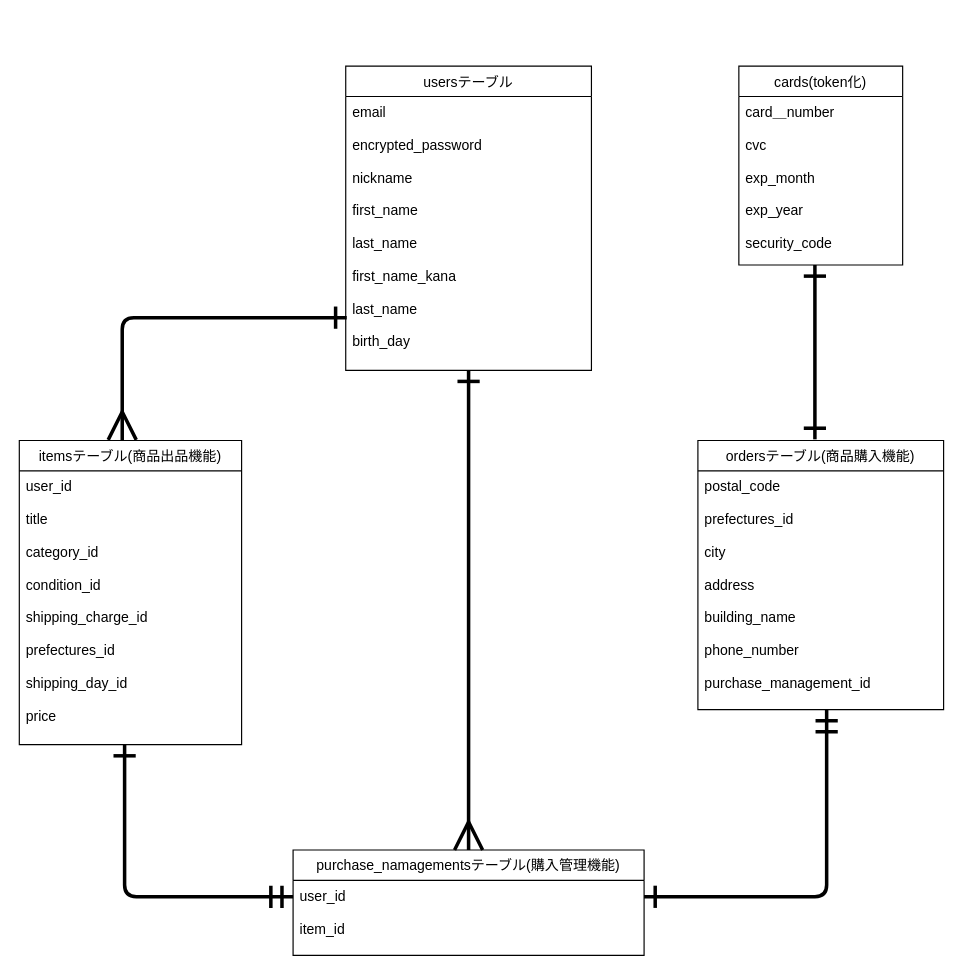
Earlier version of the draw.io diagram furima.dio (natsumeryuichi/furima-36355). Source tidied: cells renumbered, new cells numbered last; positions are measured from the earlier drawing's top-left corner, leaving out a move shared by most shapes. Both pictures are drawn from the tidied source at 117%, with x=0, y=0 at pixel (19, 66).
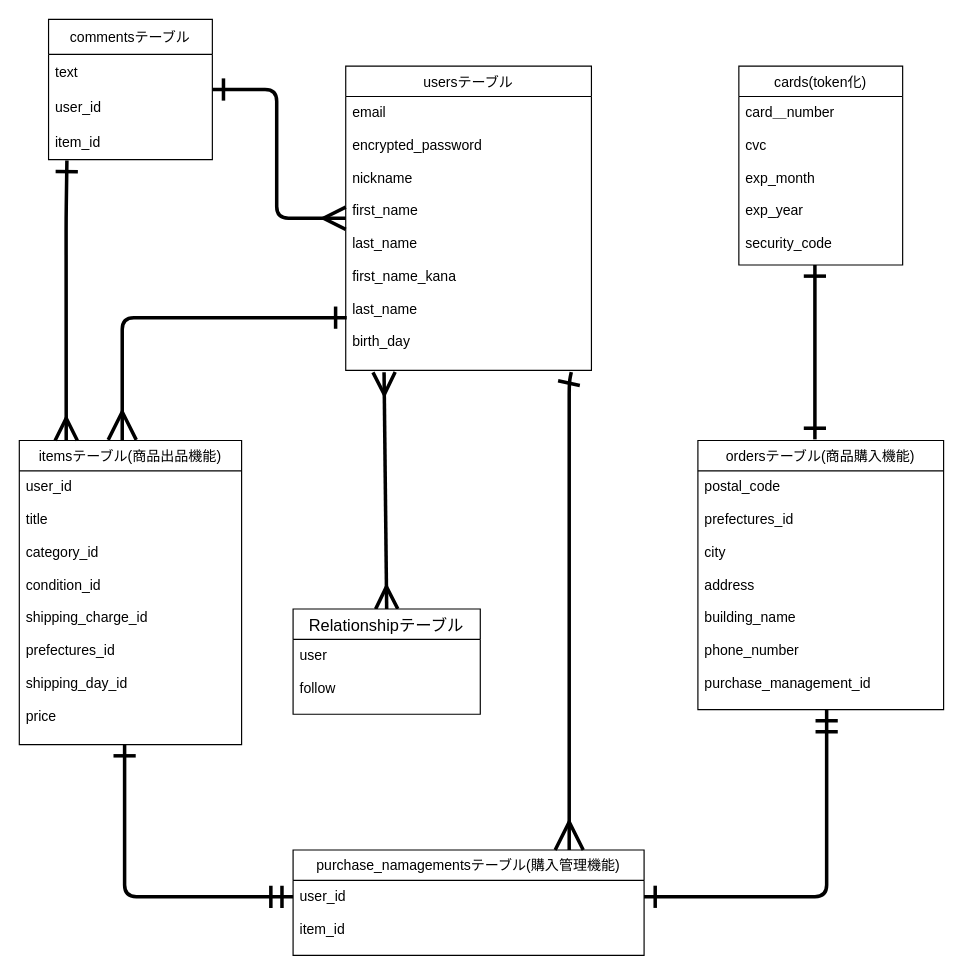
Above is the later version.

Commit message (it also covers changes not shown here):
commentsテーブルのREADMEを記述

The change refers to these unchanged cells:
```xml
<mxCell id="3" value="itemsテーブル(商品出品機能)" style="swimlane;fontStyle=0;horizontal=1;startSize=26;fillColor=none;" parent="1" vertex="1">
  <mxGeometry y="320" width="190" height="260" as="geometry" />
</mxCell>
<mxCell id="7" value="purchase_namagementsテーブル(購入管理機能)" style="swimlane;fontStyle=0;horizontal=1;startSize=26;fillColor=none;" parent="1" vertex="1">
  <mxGeometry x="234" y="670" width="300" height="90" as="geometry" />
</mxCell>
<mxCell id="13" value="email&#10;&#10;encrypted_password&#10;&#10;nickname&#10;&#10;first_name&#10;&#10;last_name&#10;&#10;first_name_kana&#10;&#10;last_name&#10;&#10;birth_day" style="text;strokeColor=none;fillColor=none;align=left;verticalAlign=top;spacingLeft=4;spacingRight=4;overflow=hidden;points=[[0,0.5],[1,0.5]];portConstraint=eastwest;" parent="12" vertex="1">
  <mxGeometry y="26" width="210" height="234" as="geometry" />
</mxCell>
```

The edit, as a diff of the source:
```diff
@@
-    <mxCell id="15" style="edgeStyle=none;html=1;entryX=0.5;entryY=0;entryDx=0;entryDy=0;strokeWidth=3;startArrow=ERone;startFill=0;endArrow=ERmany;endFill=0;startSize=15;endSize=20;" parent="1" edge="1" source="13" target="7">
-      <mxGeometry relative="1" as="geometry" />
+    <mxCell id="15" style="edgeStyle=none;html=1;strokeWidth=3;startArrow=ERone;startFill=0;endArrow=ERmany;endFill=0;startSize=15;endSize=20;exitX=0.918;exitY=1.007;exitDx=0;exitDy=0;exitPerimeter=0;" parent="1" edge="1" source="13">
+      <mxGeometry relative="1" as="geometry">
+        <mxPoint x="470" y="670" as="targetPoint" />
+        <Array as="points">
+          <mxPoint x="470" y="270" />
+        </Array>
+      </mxGeometry>
     </mxCell>
@@
+    <mxCell id="17" style="edgeStyle=orthogonalEdgeStyle;html=1;targetPerimeterSpacing=6;jumpSize=8;strokeWidth=3;endArrow=ERmany;endFill=0;sourcePerimeterSpacing=5;startSize=15;endSize=15;startArrow=ERone;startFill=0;" parent="1" edge="1">
+      <mxGeometry relative="1" as="geometry">
+        <mxPoint x="165" y="20" as="sourcePoint" />
+        <mxPoint x="279" y="130" as="targetPoint" />
+        <Array as="points">
+          <mxPoint x="220" y="20" />
+          <mxPoint x="220" y="130" />
+        </Array>
+      </mxGeometry>
+    </mxCell>
+    <mxCell id="18" style="jumpSize=8;html=1;entryX=0.211;entryY=0;entryDx=0;entryDy=0;entryPerimeter=0;startArrow=ERone;startFill=0;endArrow=ERmany;endFill=0;startSize=15;endSize=15;sourcePerimeterSpacing=5;targetPerimeterSpacing=6;strokeWidth=3;exitX=0.112;exitY=1.024;exitDx=0;exitDy=0;exitPerimeter=0;" parent="1" edge="1" source="22" target="3">
+      <mxGeometry relative="1" as="geometry">
+        <Array as="points">
+          <mxPoint x="40" y="130" />
+        </Array>
+      </mxGeometry>
+    </mxCell>
+    <mxCell id="19" value="commentsテーブル" style="swimlane;fontStyle=0;horizontal=1;startSize=30;" parent="1" vertex="1">
+      <mxGeometry x="25" y="-40" width="140" height="120" as="geometry" />
+    </mxCell>
+    <mxCell id="20" value="text" style="text;strokeColor=none;fillColor=none;align=left;verticalAlign=middle;spacingLeft=4;spacingRight=4;overflow=hidden;" parent="19" vertex="1">
+      <mxGeometry y="30" width="140" height="30" as="geometry" />
+    </mxCell>
+    <mxCell id="21" value="user_id" style="text;strokeColor=none;fillColor=none;align=left;verticalAlign=middle;spacingLeft=4;spacingRight=4;overflow=hidden;" parent="19" vertex="1">
+      <mxGeometry y="60" width="140" height="30" as="geometry" />
+    </mxCell>
+    <mxCell id="22" value="item_id" style="text;strokeColor=none;fillColor=none;align=left;verticalAlign=middle;spacingLeft=4;spacingRight=4;overflow=hidden;points=[[0,0.5],[1,0.5]];portConstraint=eastwest;" parent="19" vertex="1">
+      <mxGeometry y="90" width="140" height="30" as="geometry" />
+    </mxCell>
+    <mxCell id="23" style="edgeStyle=none;jumpSize=8;html=1;entryX=0.156;entryY=1.007;entryDx=0;entryDy=0;entryPerimeter=0;startArrow=ERmany;startFill=0;endArrow=ERmany;endFill=0;startSize=15;endSize=15;sourcePerimeterSpacing=5;targetPerimeterSpacing=6;strokeWidth=3;exitX=0.5;exitY=0;exitDx=0;exitDy=0;" parent="1" edge="1" source="24" target="13">
+      <mxGeometry relative="1" as="geometry" />
+    </mxCell>
+    <mxCell id="24" value="Relationshipテーブル" style="swimlane;fontStyle=0;horizontal=1;startSize=26;align=center;fontSize=14;" parent="1" vertex="1">
+      <mxGeometry x="234" y="464" width="160" height="90" as="geometry" />
+    </mxCell>
+    <mxCell id="25" value="user&#10;&#10;follow" style="text;strokeColor=none;fillColor=none;spacingLeft=4;spacingRight=4;overflow=hidden;fontSize=12;" parent="24" vertex="1">
+      <mxGeometry y="26" width="160" height="64" as="geometry" />
+    </mxCell>
```
